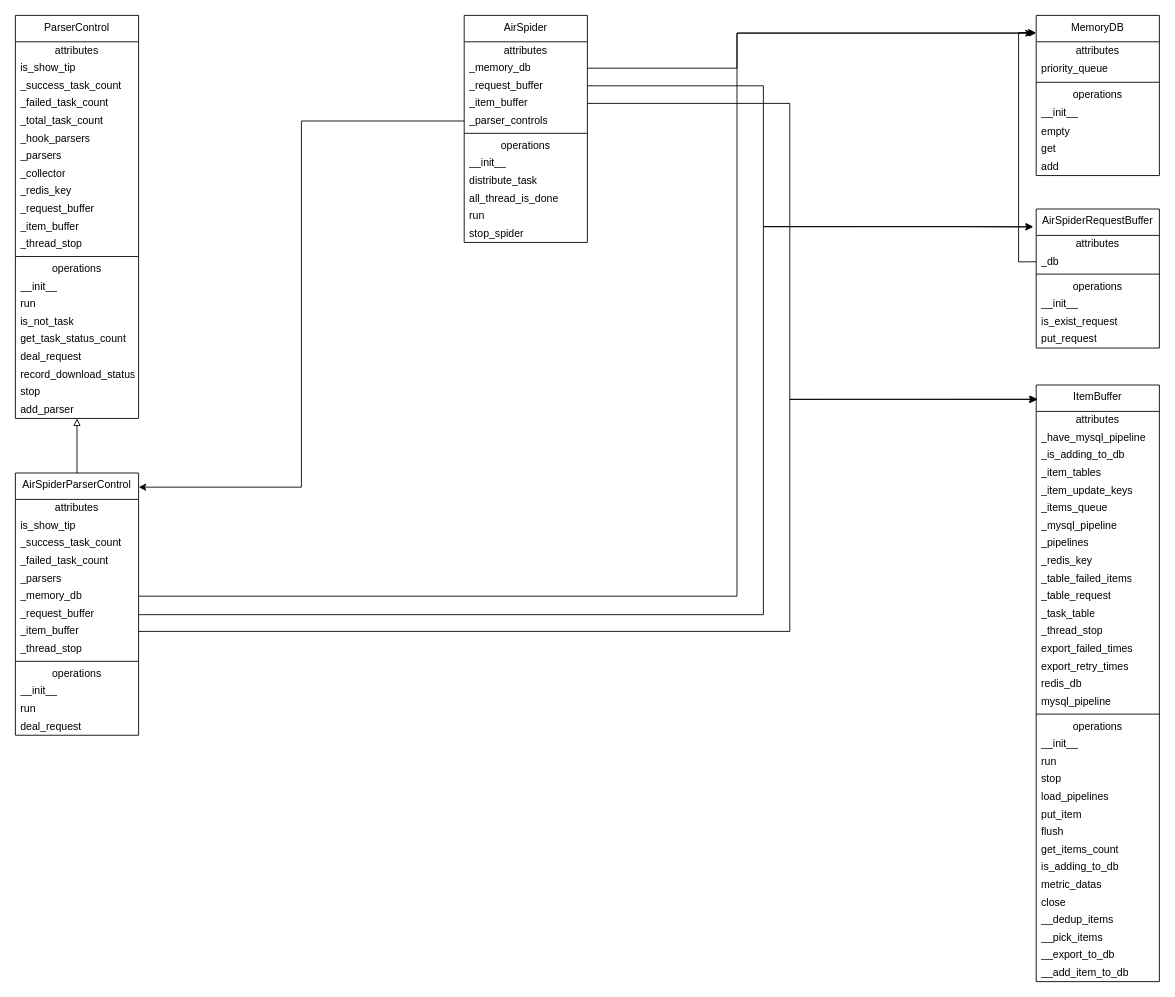
This is feapder.drawio from chengmo23/draw.io, a draw.io file, before an edit. Source tidied: cells renumbered, new cells numbered last; positions are measured from the earlier drawing's top-left corner, leaving out a move shared by most shapes. Both pictures are drawn from the tidied source at 88%, with x=0, y=0 at pixel (15, 15).
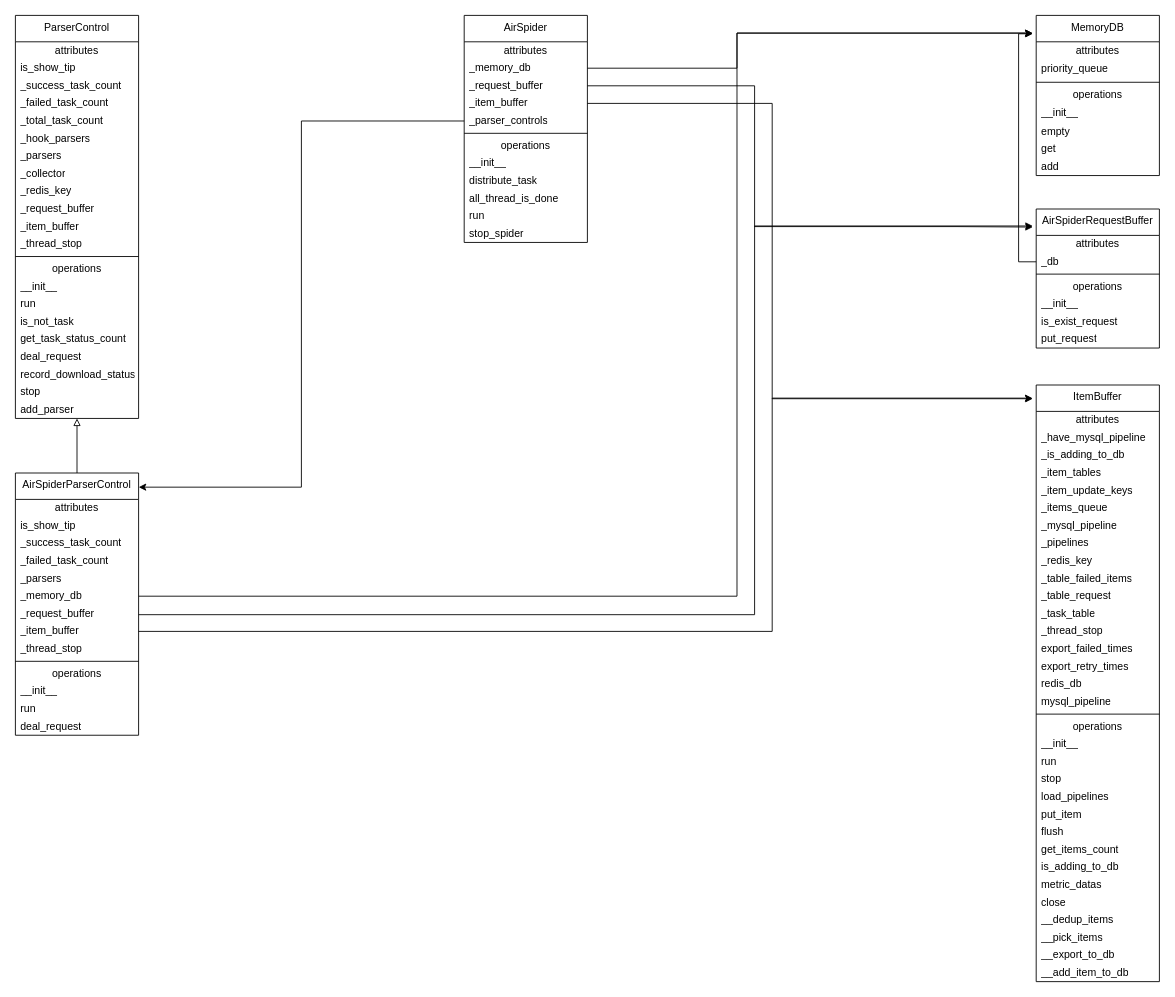
The same diagram, later.

The change refers to these unchanged cells:
```xml
<mxCell id="4" value="_memory_db" style="text;html=1;strokeColor=none;fillColor=none;align=left;verticalAlign=middle;spacingLeft=4;spacingRight=4;overflow=hidden;points=[[0,0.5],[1,0.5]];portConstraint=eastwest;whiteSpace=wrap;" parent="2" vertex="1">
  <mxGeometry y="50" width="140" height="20" as="geometry" />
</mxCell>
<mxCell id="5" value="_request_buffer" style="text;html=1;strokeColor=none;fillColor=none;align=left;verticalAlign=middle;spacingLeft=4;spacingRight=4;overflow=hidden;points=[[0,0.5],[1,0.5]];portConstraint=eastwest;whiteSpace=wrap;" parent="2" vertex="1">
  <mxGeometry y="70" width="140" height="20" as="geometry" />
</mxCell>
<mxCell id="6" value="_item_buffer" style="text;html=1;strokeColor=none;fillColor=none;align=left;verticalAlign=middle;spacingLeft=4;spacingRight=4;overflow=hidden;points=[[0,0.5],[1,0.5]];portConstraint=eastwest;whiteSpace=wrap;" parent="2" vertex="1">
  <mxGeometry y="90" width="140" height="20" as="geometry" />
</mxCell>
<mxCell id="15" value="MemoryDB" style="swimlane;fontStyle=0;align=center;verticalAlign=top;horizontal=1;startSize=30;html=1;whiteSpace=wrap;" parent="1" vertex="1">
  <mxGeometry x="1160" width="140" height="182" as="geometry" />
</mxCell>
<mxCell id="24" value="AirSpiderRequestBuffer" style="swimlane;fontStyle=0;align=center;verticalAlign=top;horizontal=1;startSize=30;html=1;whiteSpace=wrap;" parent="1" vertex="1">
  <mxGeometry x="1160" y="220" width="140" height="158" as="geometry" />
</mxCell>
<mxCell id="26" value="_db" style="text;html=1;strokeColor=none;fillColor=none;align=left;verticalAlign=middle;spacingLeft=4;spacingRight=4;overflow=hidden;points=[[0,0.5],[1,0.5]];portConstraint=eastwest;whiteSpace=wrap;" parent="24" vertex="1">
  <mxGeometry y="50" width="140" height="20" as="geometry" />
</mxCell>
<mxCell id="40" value="_request_buffer" style="text;html=1;strokeColor=none;fillColor=none;align=left;verticalAlign=middle;spacingLeft=4;spacingRight=4;overflow=hidden;points=[[0,0.5],[1,0.5]];portConstraint=eastwest;whiteSpace=wrap;" parent="33" vertex="1">
  <mxGeometry y="150" width="140" height="20" as="geometry" />
</mxCell>
<mxCell id="41" value="_item_buffer" style="text;html=1;strokeColor=none;fillColor=none;align=left;verticalAlign=middle;spacingLeft=4;spacingRight=4;overflow=hidden;points=[[0,0.5],[1,0.5]];portConstraint=eastwest;whiteSpace=wrap;" parent="33" vertex="1">
  <mxGeometry y="170" width="140" height="20" as="geometry" />
</mxCell>
<mxCell id="71" value="ItemBuffer" style="swimlane;fontStyle=0;align=center;verticalAlign=top;horizontal=1;startSize=30;html=1;whiteSpace=wrap;" parent="1" vertex="1">
  <mxGeometry x="1160" y="420" width="140" height="678" as="geometry" />
</mxCell>
```

Diff of the diagram source:
```diff
@@
-    <mxCell id="105" style="edgeStyle=orthogonalEdgeStyle;rounded=0;jettySize=auto;html=1;" parent="1" edge="1" source="4">
-      <mxGeometry relative="1" as="geometry">
-        <mxPoint x="1160" y="20" as="targetPoint" />
-        <Array as="points">
-          <mxPoint x="820" y="60" />
-          <mxPoint x="820" y="20" />
-        </Array>
-      </mxGeometry>
-    </mxCell>
     <mxCell id="106" style="edgeStyle=orthogonalEdgeStyle;rounded=0;jettySize=auto;html=1;entryX=-0.028;entryY=0.13;entryDx=0;entryDy=0;entryPerimeter=0;" parent="1" edge="1" source="5" target="24">
       <mxGeometry relative="1" as="geometry">
         <Array as="points">
-          <mxPoint x="850" y="80" />
-          <mxPoint x="850" y="240" />
+          <mxPoint x="840" y="80" />
+          <mxPoint x="840" y="240" />
           <mxPoint x="1070" y="240" />
         </Array>
       </mxGeometry>
     </mxCell>
-    <mxCell id="107" style="edgeStyle=orthogonalEdgeStyle;rounded=0;jettySize=auto;html=1;entryX=0.001;entryY=0.024;entryDx=0;entryDy=0;entryPerimeter=0;" parent="1" edge="1" source="6" target="71">
-      <mxGeometry relative="1" as="geometry">
-        <Array as="points">
-          <mxPoint x="880" y="100" />
-          <mxPoint x="880" y="436" />
-          <mxPoint x="1160" y="436" />
-        </Array>
-      </mxGeometry>
-    </mxCell>
@@
-    <mxCell id="110" style="edgeStyle=orthogonalEdgeStyle;rounded=0;jettySize=auto;html=1;entryX=-0.024;entryY=0.127;entryDx=0;entryDy=0;entryPerimeter=0;" parent="1" edge="1" source="40" target="24">
+    <mxCell id="110" style="edgeStyle=orthogonalEdgeStyle;rounded=0;jettySize=auto;html=1;entryX=-0.028;entryY=0.122;entryDx=0;entryDy=0;entryPerimeter=0;" parent="1" edge="1" source="40" target="24">
       <mxGeometry relative="1" as="geometry">
         <Array as="points">
-          <mxPoint x="850" y="681" />
-          <mxPoint x="850" y="240" />
+          <mxPoint x="840" y="681" />
+          <mxPoint x="840" y="239" />
         </Array>
       </mxGeometry>
     </mxCell>
+    <mxCell id="112" style="edgeStyle=orthogonalEdgeStyle;rounded=0;jettySize=auto;html=1;entryX=-0.028;entryY=0.115;entryDx=0;entryDy=0;entryPerimeter=0;" parent="1" edge="1" source="26" target="15">
+      <mxGeometry relative="1" as="geometry">
+        <Array as="points">
+          <mxPoint x="1140" y="280" />
+          <mxPoint x="1140" y="21" />
+        </Array>
+      </mxGeometry>
+    </mxCell>
+    <mxCell id="113" style="edgeStyle=orthogonalEdgeStyle;rounded=0;jettySize=auto;html=1;entryX=-0.031;entryY=0.11;entryDx=0;entryDy=0;entryPerimeter=0;" parent="1" edge="1" source="4" target="15">
+      <mxGeometry relative="1" as="geometry">
+        <Array as="points">
+          <mxPoint x="820" y="60" />
+          <mxPoint x="820" y="20" />
+        </Array>
+      </mxGeometry>
+    </mxCell>
+    <mxCell id="107" style="edgeStyle=orthogonalEdgeStyle;rounded=0;jettySize=auto;html=1;entryX=-0.028;entryY=0.023;entryDx=0;entryDy=0;entryPerimeter=0;" parent="1" edge="1" source="6" target="71">
+      <mxGeometry relative="1" as="geometry">
+        <Array as="points">
+          <mxPoint x="860" y="100" />
+          <mxPoint x="860" y="436" />
+        </Array>
+      </mxGeometry>
+    </mxCell>
-    <mxCell id="111" style="edgeStyle=orthogonalEdgeStyle;rounded=0;jettySize=auto;html=1;entryX=0.012;entryY=0.024;entryDx=0;entryDy=0;entryPerimeter=0;" parent="1" edge="1" source="41" target="71">
+    <mxCell id="111" style="edgeStyle=orthogonalEdgeStyle;rounded=0;jettySize=auto;html=1;entryX=-0.031;entryY=0.022;entryDx=0;entryDy=0;entryPerimeter=0;" parent="1" edge="1" source="41" target="71">
       <mxGeometry relative="1" as="geometry">
         <Array as="points">
-          <mxPoint x="880" y="700" />
-          <mxPoint x="880" y="436" />
-          <mxPoint x="1162" y="436" />
+          <mxPoint x="860" y="700" />
+          <mxPoint x="860" y="435" />
         </Array>
       </mxGeometry>
     </mxCell>
-    <mxCell id="112" style="edgeStyle=orthogonalEdgeStyle;rounded=0;jettySize=auto;html=1;entryX=-0.006;entryY=0.107;entryDx=0;entryDy=0;entryPerimeter=0;" parent="1" edge="1" source="26" target="15">
-      <mxGeometry relative="1" as="geometry">
-        <Array as="points">
-          <mxPoint x="1140" y="280" />
-          <mxPoint x="1140" y="20" />
-        </Array>
-      </mxGeometry>
-    </mxCell>
```
